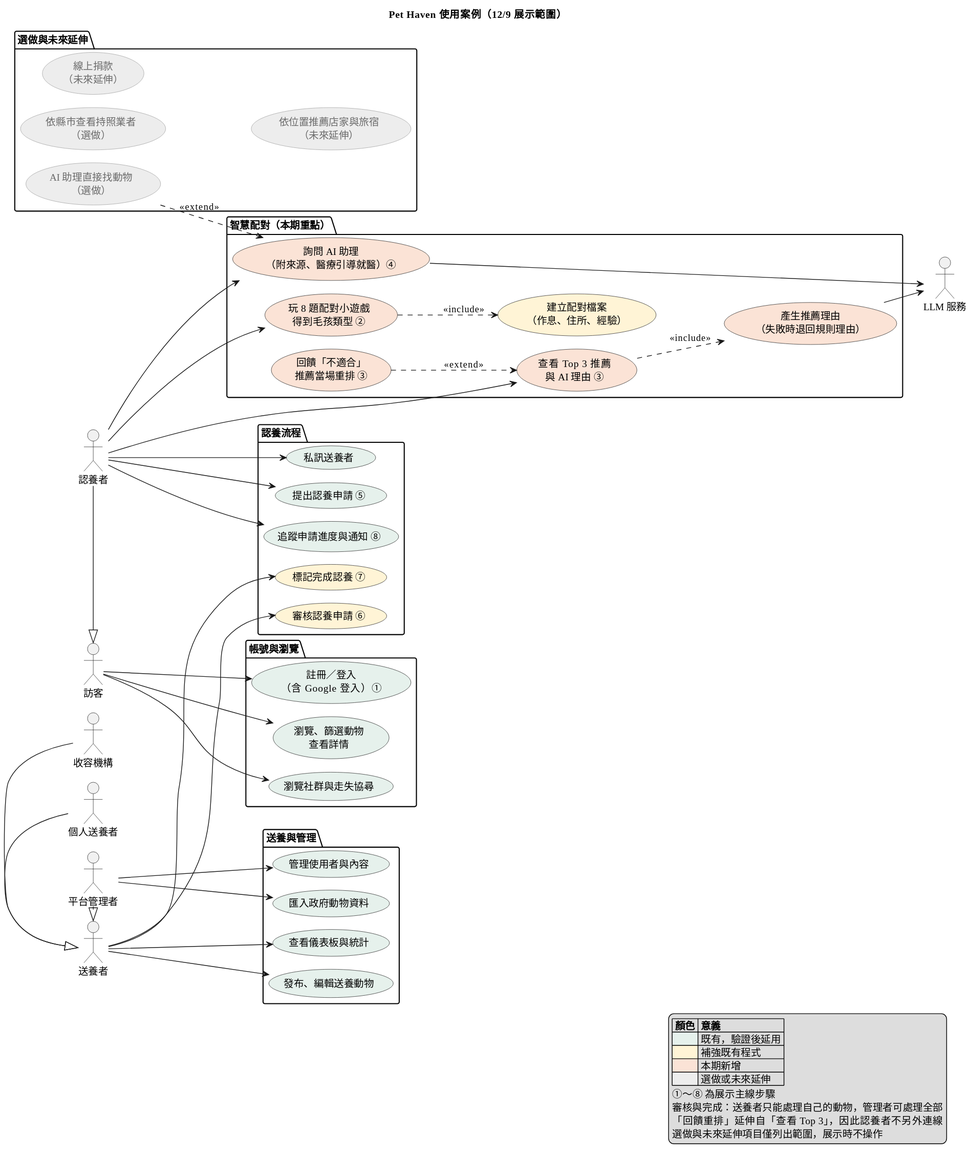
Above: docs/architecture/diagrams/use-case.svg in Shandi00/pet-haven (PlantUML), before the change.
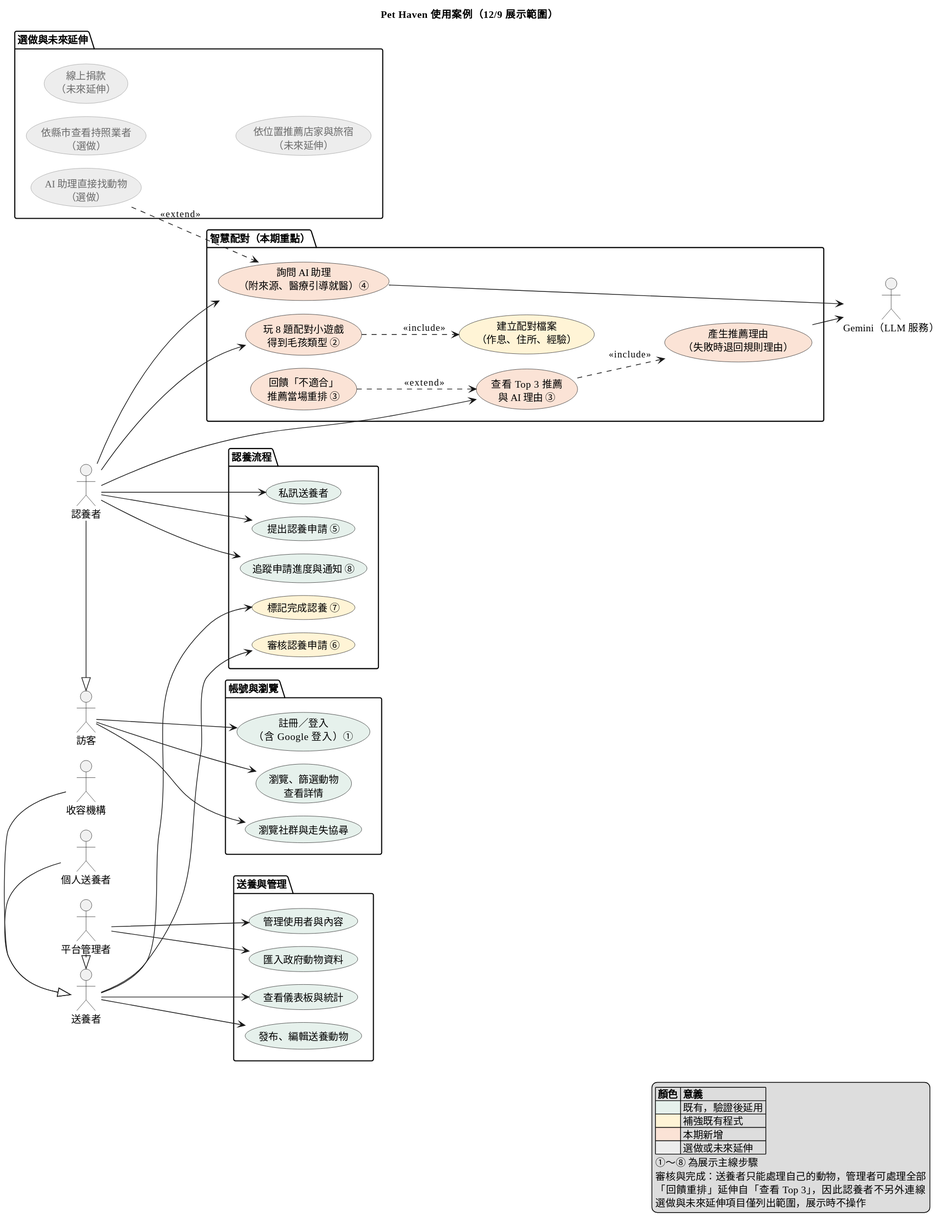
The same diagram one commit later.

Commit message:
docs: 現況架構補齊新增欄位、認養狀態圖與 FastAPI 敘述，更新架構圖 (T03)

The edit, as a diff of the source:
```diff
@@ -21,7 +21,7 @@
 actor "個人送養者" as Personal
 actor "收容機構" as Shelter
 actor "平台管理者" as Admin
-actor "LLM 服務" as LLM <<system>>
+actor "Gemini（LLM 服務）" as LLM <<system>>
 
 Adopter -|> Guest
 Personal -|> Owner
```
